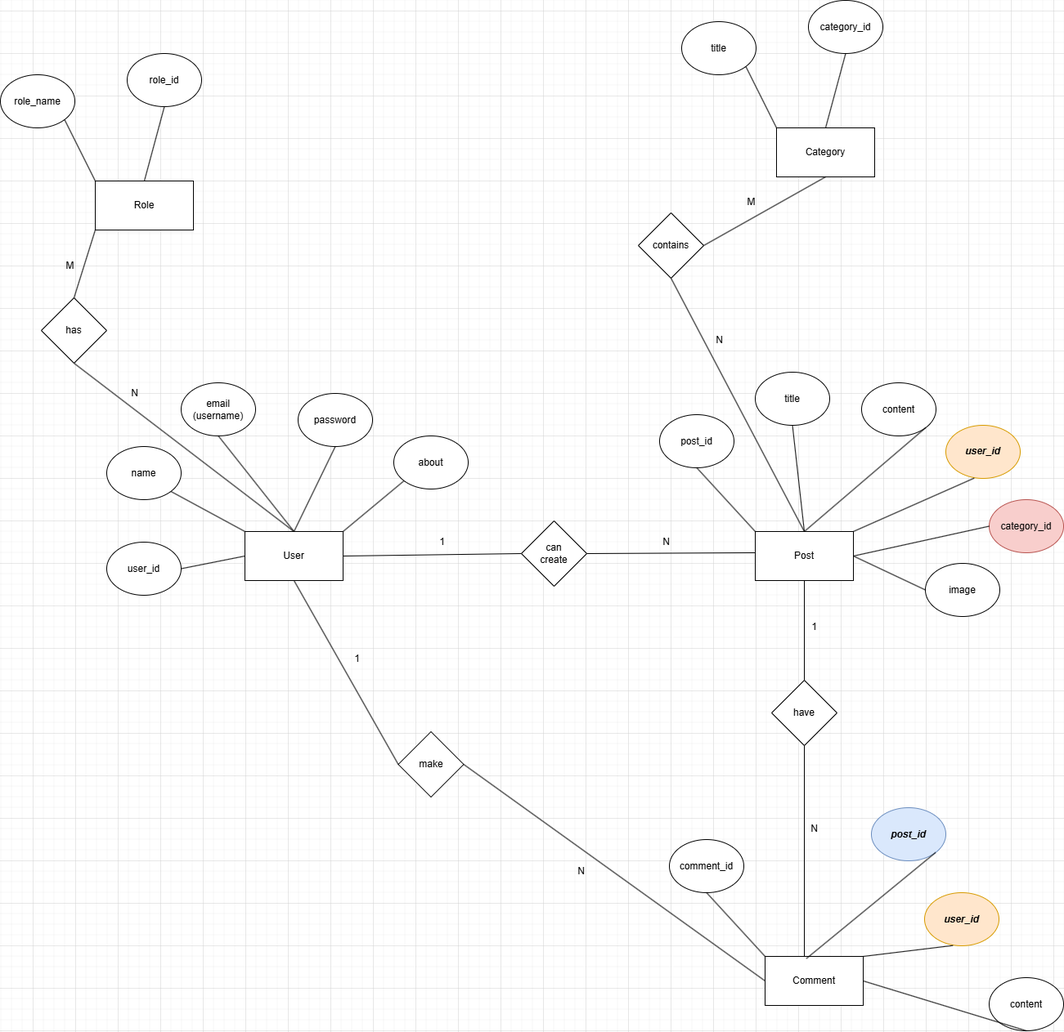
Above: Tale Trail ER Diagram.drawio.png in abhishekkulkarni59/Tale-Trail (draw.io), before the change. Source tidied: cells renumbered, new cells last; positions are measured from the earlier drawing's top-left corner, leaving out a move shared by most shapes.
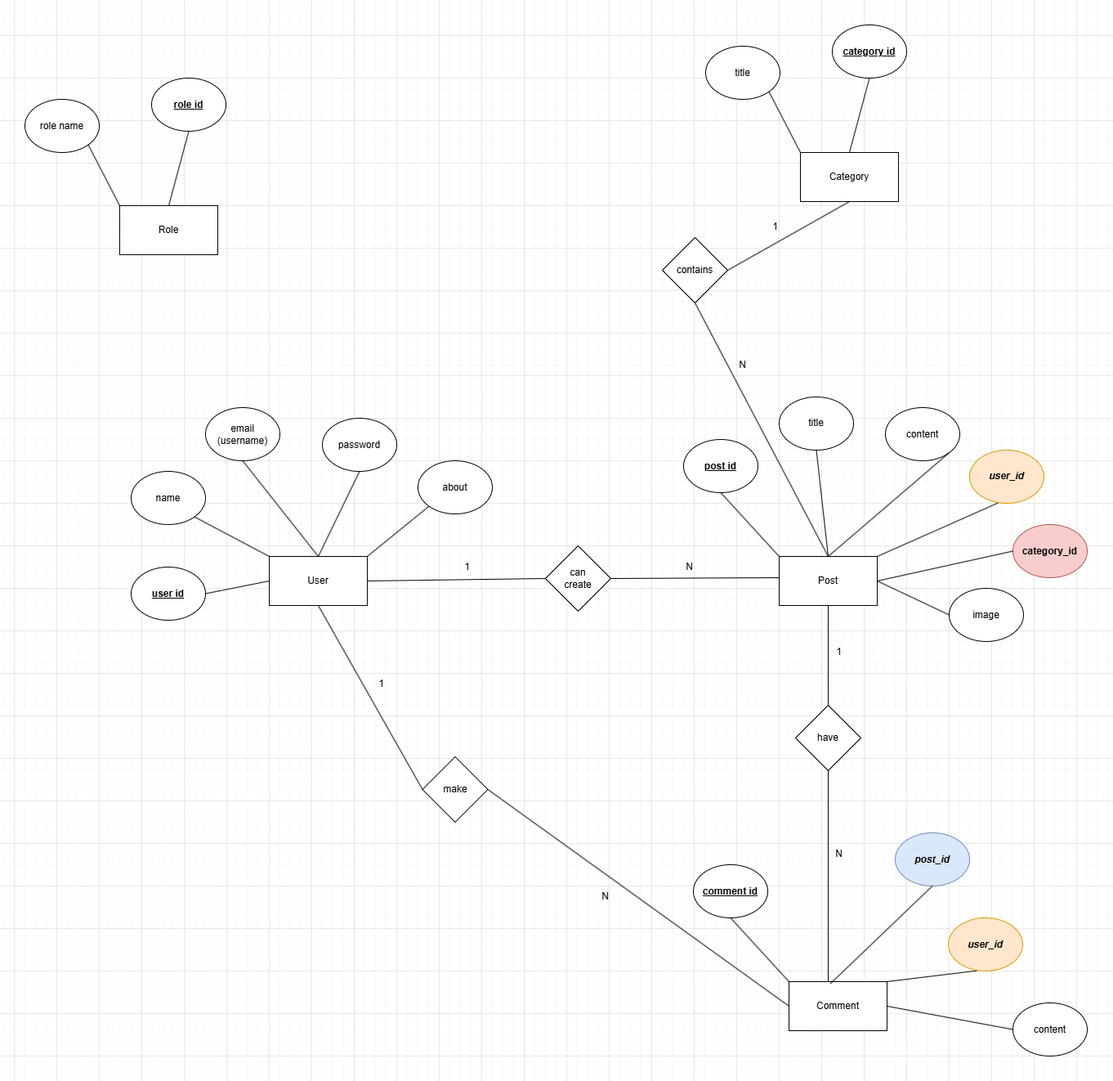
The same file after the commit.

What changed in the source:
```diff
@@ -17,7 +17,7 @@
     <mxCell id="6" value="name" style="ellipse;whiteSpace=wrap;html=1;" parent="1" vertex="1">
       <mxGeometry x="130" y="546" width="91" height="65" as="geometry" />
     </mxCell>
-    <mxCell id="7" value="user_id" style="ellipse;whiteSpace=wrap;html=1;" parent="1" vertex="1">
+    <mxCell id="7" value="&lt;u&gt;&lt;b&gt;user id&lt;/b&gt;&lt;/u&gt;" style="ellipse;whiteSpace=wrap;html=1;" parent="1" vertex="1">
       <mxGeometry x="130" y="663" width="91" height="65" as="geometry" />
     </mxCell>
     <mxCell id="8" style="endArrow=none;html=1;rounded=0;entryX=0;entryY=1;entryDx=0;entryDy=0;exitX=1;exitY=0;exitDx=0;exitDy=0;" parent="1" edge="1" source="2" target="3">
@@ -62,7 +62,7 @@
     <mxCell id="21" style="endArrow=none;html=1;rounded=0;entryX=0;entryY=0.5;entryDx=0;entryDy=0;exitX=1;exitY=0.5;exitDx=0;exitDy=0;" parent="1" edge="1" source="13" target="20">
       <mxGeometry relative="1" as="geometry" />
     </mxCell>
-    <mxCell id="22" value="post_id" style="ellipse;whiteSpace=wrap;html=1;" parent="1" vertex="1">
+    <mxCell id="22" value="&lt;u&gt;&lt;b&gt;post id&lt;/b&gt;&lt;/u&gt;" style="ellipse;whiteSpace=wrap;html=1;" parent="1" vertex="1">
       <mxGeometry x="806" y="507" width="91" height="65" as="geometry" />
     </mxCell>
     <mxCell id="23" style="endArrow=none;html=1;rounded=0;exitX=0;exitY=0;exitDx=0;exitDy=0;entryX=0.5;entryY=1;entryDx=0;entryDy=0;" parent="1" edge="1" source="13" target="22">
@@ -100,13 +100,13 @@
     <mxCell id="33" style="endArrow=none;html=1;rounded=0;entryX=0.381;entryY=0.995;entryDx=0;entryDy=0;entryPerimeter=0;exitX=1;exitY=0;exitDx=0;exitDy=0;" parent="1" edge="1" source="29" target="32">
       <mxGeometry relative="1" as="geometry" />
     </mxCell>
-    <mxCell id="34" style="endArrow=none;html=1;rounded=0;entryX=0.5;entryY=1;entryDx=0;entryDy=0;exitX=1;exitY=0.5;exitDx=0;exitDy=0;" parent="1" edge="1" source="29" target="30">
+    <mxCell id="34" style="endArrow=none;html=1;rounded=0;entryX=0;entryY=0.5;entryDx=0;entryDy=0;exitX=1;exitY=0.5;exitDx=0;exitDy=0;" parent="1" edge="1" source="29" target="30">
       <mxGeometry relative="1" as="geometry" />
     </mxCell>
-    <mxCell id="35" style="endArrow=none;html=1;rounded=0;exitX=1;exitY=1;exitDx=0;exitDy=0;entryX=0.422;entryY=0.042;entryDx=0;entryDy=0;entryPerimeter=0;" parent="1" edge="1" source="31" target="29">
+    <mxCell id="35" style="endArrow=none;html=1;rounded=0;exitX=0.5;exitY=1;exitDx=0;exitDy=0;entryX=0.422;entryY=0.042;entryDx=0;entryDy=0;entryPerimeter=0;" parent="1" edge="1" source="31" target="29">
       <mxGeometry relative="1" as="geometry" />
     </mxCell>
-    <mxCell id="36" value="comment_id" style="ellipse;whiteSpace=wrap;html=1;" parent="1" vertex="1">
+    <mxCell id="36" value="&lt;u&gt;&lt;b&gt;comment id&lt;/b&gt;&lt;/u&gt;" style="ellipse;whiteSpace=wrap;html=1;" parent="1" vertex="1">
       <mxGeometry x="818" y="1027" width="91" height="65" as="geometry" />
     </mxCell>
     <mxCell id="37" style="endArrow=none;html=1;rounded=0;exitX=0;exitY=0;exitDx=0;exitDy=0;entryX=0.5;entryY=1;entryDx=0;entryDy=0;" parent="1" edge="1" source="29" target="36">
@@ -150,7 +150,7 @@
     <mxCell id="49" value="title" style="ellipse;whiteSpace=wrap;html=1;" parent="1" vertex="1">
       <mxGeometry x="833" y="26" width="91" height="65" as="geometry" />
     </mxCell>
-    <mxCell id="50" value="category_id" style="ellipse;whiteSpace=wrap;html=1;" parent="1" vertex="1">
+    <mxCell id="50" value="&lt;b&gt;&lt;u&gt;category id&lt;/u&gt;&lt;/b&gt;" style="ellipse;whiteSpace=wrap;html=1;" parent="1" vertex="1">
       <mxGeometry x="988" width="91" height="65" as="geometry" />
     </mxCell>
     <mxCell id="51" style="endArrow=none;html=1;rounded=0;entryX=0.5;entryY=0;entryDx=0;entryDy=0;exitX=0.5;exitY=1;exitDx=0;exitDy=0;" parent="1" edge="1" source="50" target="48">
@@ -168,7 +168,7 @@
     <mxCell id="55" style="endArrow=none;html=1;rounded=0;exitX=0.5;exitY=1;exitDx=0;exitDy=0;entryX=0.5;entryY=0;entryDx=0;entryDy=0;" parent="1" edge="1" source="53" target="13">
       <mxGeometry relative="1" as="geometry" />
     </mxCell>
-    <mxCell id="56" value="M" style="text;html=1;align=center;verticalAlign=middle;strokeColor=none;fillColor=none;" parent="1" vertex="1">
+    <mxCell id="56" value="1" style="text;html=1;align=center;verticalAlign=middle;strokeColor=none;fillColor=none;" parent="1" vertex="1">
       <mxGeometry x="898" y="234" width="39" height="26" as="geometry" />
     </mxCell>
     <mxCell id="57" value="N" style="text;html=1;align=center;verticalAlign=middle;strokeColor=none;fillColor=none;" parent="1" vertex="1">
@@ -177,10 +177,10 @@
     <mxCell id="58" value="Role" style="rounded=0;whiteSpace=wrap;html=1;" parent="1" vertex="1">
       <mxGeometry x="116" y="221" width="120" height="60" as="geometry" />
     </mxCell>
-    <mxCell id="59" value="role_name" style="ellipse;whiteSpace=wrap;html=1;" parent="1" vertex="1">
+    <mxCell id="59" value="role name" style="ellipse;whiteSpace=wrap;html=1;" parent="1" vertex="1">
       <mxGeometry y="91" width="91" height="65" as="geometry" />
     </mxCell>
-    <mxCell id="60" value="role_id" style="ellipse;whiteSpace=wrap;html=1;" parent="1" vertex="1">
+    <mxCell id="60" value="&lt;u&gt;&lt;b&gt;role id&lt;/b&gt;&lt;/u&gt;" style="ellipse;whiteSpace=wrap;html=1;" parent="1" vertex="1">
       <mxGeometry x="155" y="65" width="91" height="65" as="geometry" />
     </mxCell>
     <mxCell id="61" style="endArrow=none;html=1;rounded=0;entryX=0.5;entryY=0;entryDx=0;entryDy=0;exitX=0.5;exitY=1;exitDx=0;exitDy=0;" parent="1" edge="1" source="60" target="58">
@@ -189,22 +189,7 @@
     <mxCell id="62" style="endArrow=none;html=1;rounded=0;entryX=0;entryY=0;entryDx=0;entryDy=0;exitX=1;exitY=1;exitDx=0;exitDy=0;" parent="1" edge="1" source="59" target="58">
       <mxGeometry relative="1" as="geometry" />
     </mxCell>
-    <mxCell id="63" value="has" style="rhombus;whiteSpace=wrap;html=1;" parent="1" vertex="1">
-      <mxGeometry x="50" y="364" width="80" height="80" as="geometry" />
-    </mxCell>
-    <mxCell id="64" style="endArrow=none;html=1;rounded=0;entryX=0;entryY=1;entryDx=0;entryDy=0;exitX=0.5;exitY=0;exitDx=0;exitDy=0;" parent="1" edge="1" source="63" target="58">
-      <mxGeometry relative="1" as="geometry" />
-    </mxCell>
-    <mxCell id="65" style="endArrow=none;html=1;rounded=0;entryX=0.5;entryY=0;entryDx=0;entryDy=0;exitX=0.5;exitY=1;exitDx=0;exitDy=0;" parent="1" edge="1" source="63" target="2">
-      <mxGeometry relative="1" as="geometry" />
-    </mxCell>
-    <mxCell id="66" value="M" style="text;html=1;align=center;verticalAlign=middle;strokeColor=none;fillColor=none;" parent="1" vertex="1">
-      <mxGeometry x="66" y="312" width="39" height="26" as="geometry" />
-    </mxCell>
-    <mxCell id="67" value="N" style="text;html=1;align=center;verticalAlign=middle;strokeColor=none;fillColor=none;" parent="1" vertex="1">
-      <mxGeometry x="144" y="468" width="39" height="26" as="geometry" />
-    </mxCell>
-    <mxCell id="68" value="category_id" style="ellipse;whiteSpace=wrap;html=1;fillColor=#f8cecc;strokeColor=#b85450;" parent="1" vertex="1">
+    <mxCell id="68" value="&lt;b&gt;category_id&lt;/b&gt;" style="ellipse;whiteSpace=wrap;html=1;fillColor=#f8cecc;strokeColor=#b85450;" parent="1" vertex="1">
       <mxGeometry x="1209" y="611" width="91" height="65" as="geometry" />
     </mxCell>
     <mxCell id="69" style="endArrow=none;html=1;rounded=0;exitX=1;exitY=0.5;exitDx=0;exitDy=0;entryX=0;entryY=0.5;entryDx=0;entryDy=0;" parent="1" edge="1" source="13" target="68">
```
